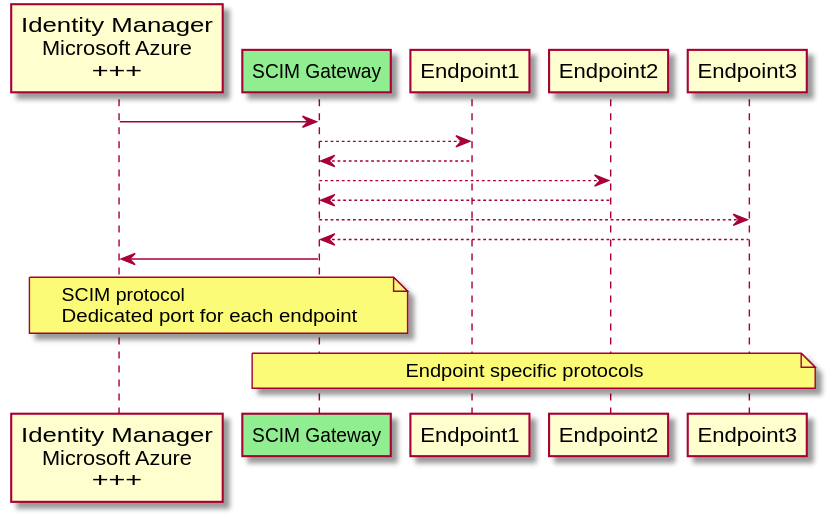
Above: images/ScimGateway.svg in jelhub/jelhub.github.io (PlantUML), before the change.
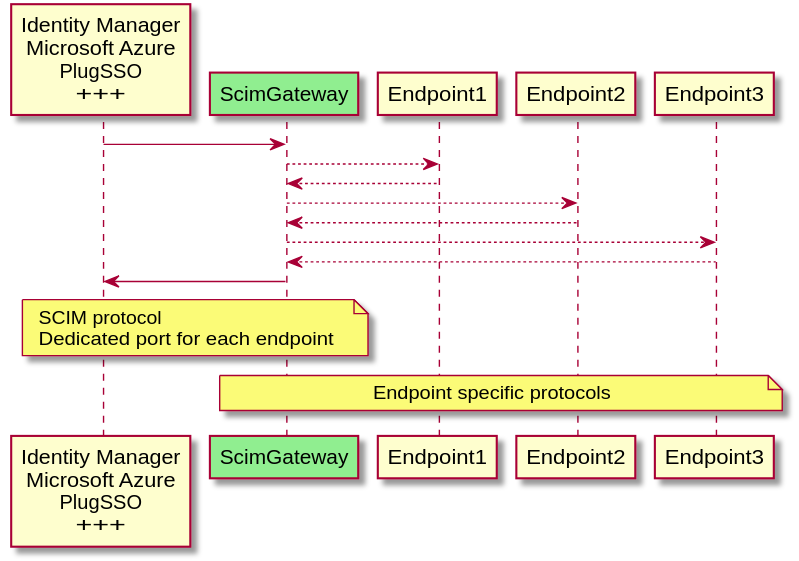
The same file after the commit.

The edit, as a diff of the source:
```diff
@@ -1,14 +1,14 @@
 @startuml
-participant "Identity Manager\nMicrosoft Azure\n+++" as P
-participant SCIM Gateway #lightgreen
-P -> SCIM Gateway :
-SCIM Gateway --> Endpoint1:
-Endpoint1 --> SCIM Gateway:
-SCIM Gateway --> Endpoint2:
-Endpoint2 --> SCIM Gateway:
-SCIM Gateway --> Endpoint3:
-Endpoint3 --> SCIM Gateway:
-SCIM Gateway -> P
-Note over P,SCIM Gateway: SCIM protocol\nDedicated port for each endpoint
-Note over SCIM Gateway,Endpoint3: Endpoint specific protocols
+participant "Identity Manager\nMicrosoft Azure\nPlugSSO\n+++" as P
+participant ScimGateway #lightgreen
+P -> ScimGateway :
+ScimGateway --> Endpoint1:
+Endpoint1 --> ScimGateway:
+ScimGateway --> Endpoint2:
+Endpoint2 --> ScimGateway:
+ScimGateway --> Endpoint3:
+Endpoint3 --> ScimGateway:
+ScimGateway -> P
+Note over P,ScimGateway: SCIM protocol\nDedicated port for each endpoint
+Note over ScimGateway,Endpoint3: Endpoint specific protocols
 @enduml
```
